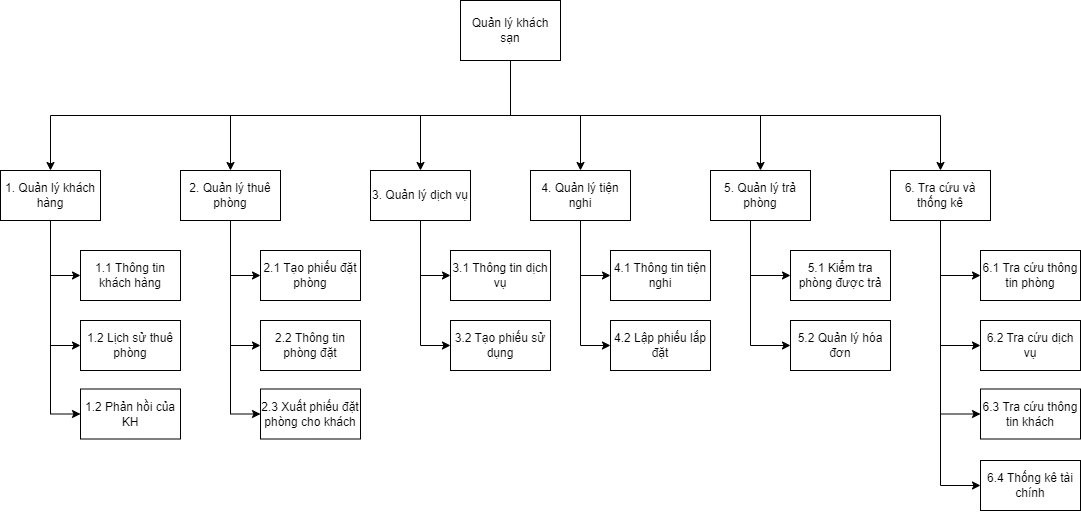
The draw.io diagram Biểu đồ không có tiêu đề.drawio.png in DatLe328/Phan-tich-thiet-ke-he-thong, before a commit. Source tidied: cells renumbered, new cells last; positions are measured from the earlier drawing's top-left corner, leaving out a move shared by most shapes.
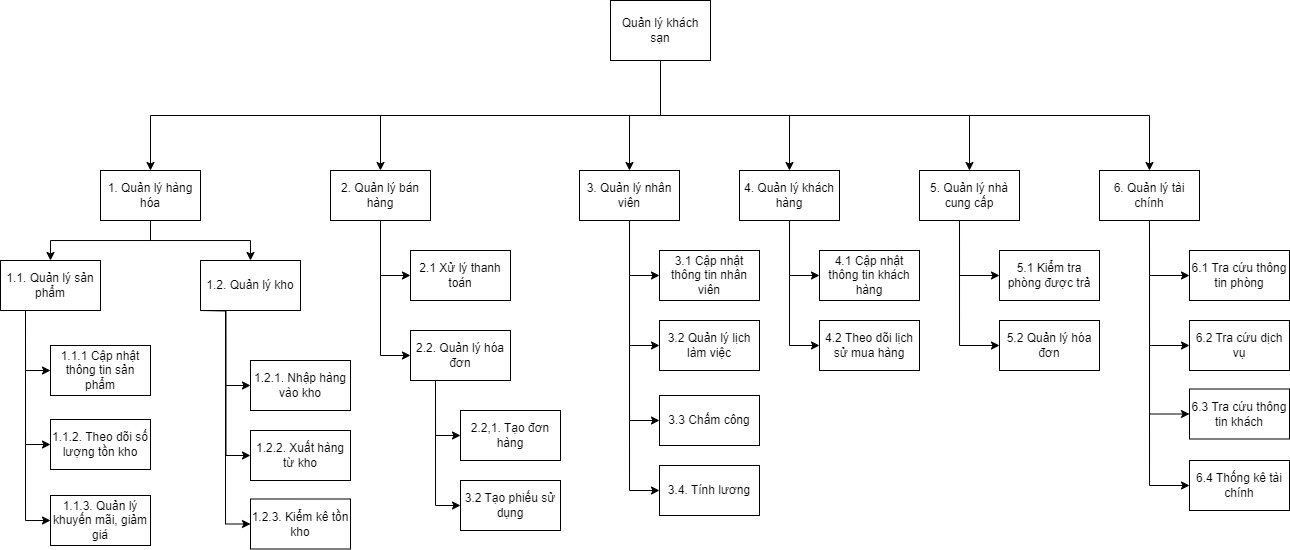
Later version of the same file.

Commit message:
Cập nhật Biểu đồ không có tiêu đề.drawio.png

Change to the diagram source:
```diff
@@ -21,50 +21,28 @@
       <mxGeometry relative="1" as="geometry" />
     </mxCell>
     <mxCell id="8" value="Quản lý khách sạn" style="html=1;dashed=0;whiteSpace=wrap;" parent="1" vertex="1">
-      <mxGeometry x="460" width="100" height="60" as="geometry" />
+      <mxGeometry x="401" width="100" height="60" as="geometry" />
     </mxCell>
-    <mxCell id="9" style="edgeStyle=orthogonalEdgeStyle;rounded=0;jettySize=auto;html=1;exitX=0.5;exitY=1;exitDx=0;exitDy=0;entryX=0;entryY=0.5;entryDx=0;entryDy=0;" parent="1" edge="1" source="12" target="13">
-      <mxGeometry relative="1" as="geometry">
-        <Array as="points">
-          <mxPoint x="50" y="275" />
-        </Array>
-      </mxGeometry>
-    </mxCell>
-    <mxCell id="10" style="edgeStyle=orthogonalEdgeStyle;rounded=0;jettySize=auto;html=1;entryX=0;entryY=0.5;entryDx=0;entryDy=0;" parent="1" edge="1" source="12" target="14">
-      <mxGeometry relative="1" as="geometry" />
-    </mxCell>
-    <mxCell id="11" style="edgeStyle=orthogonalEdgeStyle;rounded=0;jettySize=auto;html=1;exitX=0.5;exitY=1;exitDx=0;exitDy=0;entryX=0;entryY=0.5;entryDx=0;entryDy=0;" parent="1" edge="1" source="12" target="15">
-      <mxGeometry relative="1" as="geometry" />
-    </mxCell>
+    <mxCell id="47" style="edgeStyle=orthogonalEdgeStyle;rounded=0;jettySize=auto;html=1;exitX=0.5;exitY=1;exitDx=0;exitDy=0;entryX=0.5;entryY=0;entryDx=0;entryDy=0;" parent="1" edge="1" source="12" target="49">
+      <mxGeometry relative="1" as="geometry" />
+    </mxCell>
+    <mxCell id="48" style="edgeStyle=orthogonalEdgeStyle;rounded=0;jettySize=auto;html=1;exitX=0.5;exitY=1;exitDx=0;exitDy=0;entryX=0.5;entryY=0;entryDx=0;entryDy=0;" parent="1" edge="1" source="12" target="50">
+      <mxGeometry relative="1" as="geometry" />
+    </mxCell>
-    <mxCell id="12" value="1. Quản lý khách hàng" style="html=1;dashed=0;whiteSpace=wrap;" parent="1" vertex="1">
-      <mxGeometry y="170" width="100" height="50" as="geometry" />
+    <mxCell id="12" value="1. Quản lý hàng hóa" style="html=1;dashed=0;whiteSpace=wrap;" parent="1" vertex="1">
+      <mxGeometry x="-109" y="170" width="100" height="50" as="geometry" />
     </mxCell>
-    <mxCell id="13" value="1.1 Thông tin khách hàng" style="html=1;dashed=0;whiteSpace=wrap;" parent="1" vertex="1">
-      <mxGeometry x="80" y="250" width="100" height="50" as="geometry" />
-    </mxCell>
-    <mxCell id="14" value="1.2 Lịch sử thuê phòng" style="html=1;dashed=0;whiteSpace=wrap;" parent="1" vertex="1">
-      <mxGeometry x="80" y="320" width="100" height="50" as="geometry" />
-    </mxCell>
-    <mxCell id="15" value="1.2 Phản hồi của KH" style="html=1;dashed=0;whiteSpace=wrap;" parent="1" vertex="1">
-      <mxGeometry x="80" y="388.5" width="100" height="50" as="geometry" />
-    </mxCell>
-    <mxCell id="16" style="edgeStyle=orthogonalEdgeStyle;rounded=0;jettySize=auto;html=1;entryX=0;entryY=0.5;entryDx=0;entryDy=0;" parent="1" edge="1" source="19" target="20">
-      <mxGeometry relative="1" as="geometry" />
-    </mxCell>
     <mxCell id="17" style="edgeStyle=orthogonalEdgeStyle;rounded=0;jettySize=auto;html=1;exitX=0.5;exitY=1;exitDx=0;exitDy=0;entryX=0;entryY=0.5;entryDx=0;entryDy=0;" parent="1" edge="1" source="19" target="21">
       <mxGeometry relative="1" as="geometry" />
     </mxCell>
     <mxCell id="18" style="edgeStyle=orthogonalEdgeStyle;rounded=0;jettySize=auto;html=1;exitX=0.5;exitY=1;exitDx=0;exitDy=0;entryX=0;entryY=0.5;entryDx=0;entryDy=0;" parent="1" edge="1" source="19" target="32">
       <mxGeometry relative="1" as="geometry" />
     </mxCell>
-    <mxCell id="19" value="2. Quản lý thuê phòng" style="html=1;dashed=0;whiteSpace=wrap;" parent="1" vertex="1">
-      <mxGeometry x="180" y="170" width="100" height="50" as="geometry" />
+    <mxCell id="19" value="2. Quản lý bán hàng" style="html=1;dashed=0;whiteSpace=wrap;" parent="1" vertex="1">
+      <mxGeometry x="121" y="170" width="100" height="50" as="geometry" />
     </mxCell>
-    <mxCell id="20" value="2.1 Tạo phiếu đặt phòng" style="html=1;dashed=0;whiteSpace=wrap;" parent="1" vertex="1">
-      <mxGeometry x="260" y="250" width="100" height="50" as="geometry" />
-    </mxCell>
-    <mxCell id="21" value="2.2 Thông tin phòng đặt" style="html=1;dashed=0;whiteSpace=wrap;" parent="1" vertex="1">
-      <mxGeometry x="260" y="320" width="100" height="50" as="geometry" />
+    <mxCell id="21" value="2.1 Xử lý thanh toán" style="html=1;dashed=0;whiteSpace=wrap;" parent="1" vertex="1">
+      <mxGeometry x="201" y="250" width="100" height="50" as="geometry" />
     </mxCell>
     <mxCell id="22" style="edgeStyle=orthogonalEdgeStyle;rounded=0;jettySize=auto;html=1;entryX=0;entryY=0.5;entryDx=0;entryDy=0;" parent="1" edge="1" source="24" target="25">
       <mxGeometry relative="1" as="geometry" />
@@ -72,13 +50,13 @@
     <mxCell id="23" style="edgeStyle=orthogonalEdgeStyle;rounded=0;jettySize=auto;html=1;exitX=0.5;exitY=1;exitDx=0;exitDy=0;entryX=0;entryY=0.5;entryDx=0;entryDy=0;" parent="1" edge="1" source="24" target="26">
       <mxGeometry relative="1" as="geometry" />
     </mxCell>
-    <mxCell id="24" value="3. Quản lý dịch vụ" style="html=1;dashed=0;whiteSpace=wrap;" parent="1" vertex="1">
+    <mxCell id="24" value="3. Quản lý nhân viên" style="html=1;dashed=0;whiteSpace=wrap;" parent="1" vertex="1">
       <mxGeometry x="370" y="170" width="100" height="50" as="geometry" />
     </mxCell>
-    <mxCell id="25" value="3.1 Thông tin dịch vụ" style="html=1;dashed=0;whiteSpace=wrap;" parent="1" vertex="1">
+    <mxCell id="25" value="3.1 Cập nhật thông tin nhân viên" style="html=1;dashed=0;whiteSpace=wrap;" parent="1" vertex="1">
       <mxGeometry x="450" y="250" width="100" height="50" as="geometry" />
     </mxCell>
-    <mxCell id="26" value="3.2 Tạo phiếu sử dụng" style="html=1;dashed=0;whiteSpace=wrap;" parent="1" vertex="1">
+    <mxCell id="26" value="3.2 Quản lý lịch làm việc" style="html=1;dashed=0;whiteSpace=wrap;" parent="1" vertex="1">
       <mxGeometry x="450" y="320" width="100" height="50" as="geometry" />
     </mxCell>
     <mxCell id="27" style="edgeStyle=orthogonalEdgeStyle;rounded=0;jettySize=auto;html=1;exitX=0.5;exitY=1;exitDx=0;exitDy=0;entryX=0;entryY=0.5;entryDx=0;entryDy=0;" parent="1" edge="1" target="29">
@@ -103,11 +81,11 @@
     <mxCell id="30" value="5.2 Quản lý hóa đơn" style="html=1;dashed=0;whiteSpace=wrap;" parent="1" vertex="1">
       <mxGeometry x="790" y="320" width="100" height="50" as="geometry" />
     </mxCell>
-    <mxCell id="31" value="5. Quản lý trả phòng" style="html=1;dashed=0;whiteSpace=wrap;" parent="1" vertex="1">
+    <mxCell id="31" value="5. Quản lý nhà cung cấp" style="html=1;dashed=0;whiteSpace=wrap;" parent="1" vertex="1">
       <mxGeometry x="710" y="170" width="100" height="50" as="geometry" />
     </mxCell>
-    <mxCell id="32" value="2.3 Xuất phiếu đặt phòng cho khách" style="html=1;dashed=0;whiteSpace=wrap;" parent="1" vertex="1">
-      <mxGeometry x="260" y="388.5" width="100" height="50" as="geometry" />
+    <mxCell id="32" value="2.2. Quản lý hóa đơn" style="html=1;dashed=0;whiteSpace=wrap;" parent="1" vertex="1">
+      <mxGeometry x="201" y="330" width="100" height="50" as="geometry" />
     </mxCell>
     <mxCell id="33" style="edgeStyle=orthogonalEdgeStyle;rounded=0;jettySize=auto;html=1;exitX=0.5;exitY=1;exitDx=0;exitDy=0;entryX=0;entryY=0.5;entryDx=0;entryDy=0;" parent="1" edge="1" source="35" target="36">
       <mxGeometry relative="1" as="geometry">
@@ -119,13 +97,13 @@
     <mxCell id="34" style="edgeStyle=orthogonalEdgeStyle;rounded=0;jettySize=auto;html=1;entryX=0;entryY=0.5;entryDx=0;entryDy=0;" parent="1" edge="1" source="35" target="37">
       <mxGeometry relative="1" as="geometry" />
     </mxCell>
-    <mxCell id="35" value="4. Quản lý tiện nghi" style="html=1;dashed=0;whiteSpace=wrap;" parent="1" vertex="1">
+    <mxCell id="35" value="4. Quản lý khách hàng" style="html=1;dashed=0;whiteSpace=wrap;" parent="1" vertex="1">
       <mxGeometry x="530" y="170" width="100" height="50" as="geometry" />
     </mxCell>
-    <mxCell id="36" value="4.1 Thông tin tiện nghi" style="html=1;dashed=0;whiteSpace=wrap;" parent="1" vertex="1">
+    <mxCell id="36" value="4.1 Cập nhật thông tin khách hàng" style="html=1;dashed=0;whiteSpace=wrap;" parent="1" vertex="1">
       <mxGeometry x="610" y="250" width="100" height="50" as="geometry" />
     </mxCell>
-    <mxCell id="37" value="4.2 Lập phiếu lắp đặt" style="html=1;dashed=0;whiteSpace=wrap;" parent="1" vertex="1">
+    <mxCell id="37" value="4.2 Theo dõi lịch sử mua hàng" style="html=1;dashed=0;whiteSpace=wrap;" parent="1" vertex="1">
       <mxGeometry x="610" y="320" width="100" height="50" as="geometry" />
     </mxCell>
     <mxCell id="38" style="edgeStyle=orthogonalEdgeStyle;rounded=0;jettySize=auto;html=1;exitX=0.5;exitY=1;exitDx=0;exitDy=0;entryX=0;entryY=0.5;entryDx=0;entryDy=0;" parent="1" edge="1" target="41">
@@ -164,11 +142,79 @@
     <mxCell id="44" style="edgeStyle=orthogonalEdgeStyle;rounded=0;jettySize=auto;html=1;exitX=0.5;exitY=1;exitDx=0;exitDy=0;entryX=0;entryY=0.5;entryDx=0;entryDy=0;" parent="1" edge="1" source="45" target="46">
       <mxGeometry relative="1" as="geometry" />
     </mxCell>
-    <mxCell id="45" value="6. Tra cứu và thống kê" style="html=1;dashed=0;whiteSpace=wrap;" parent="1" vertex="1">
+    <mxCell id="45" value="6. Quản lý tài chính" style="html=1;dashed=0;whiteSpace=wrap;" parent="1" vertex="1">
       <mxGeometry x="890" y="170" width="100" height="50" as="geometry" />
     </mxCell>
     <mxCell id="46" value="6.4 Thống kê tài chính" style="html=1;dashed=0;whiteSpace=wrap;" parent="1" vertex="1">
       <mxGeometry x="980" y="460" width="100" height="50" as="geometry" />
     </mxCell>
+    <mxCell id="49" value="1.1. Quản lý sản phẩm" style="html=1;dashed=0;whiteSpace=wrap;" parent="1" vertex="1">
+      <mxGeometry x="-209" y="260" width="100" height="50" as="geometry" />
+    </mxCell>
+    <mxCell id="50" value="1.2. Quản lý kho" style="html=1;dashed=0;whiteSpace=wrap;" parent="1" vertex="1">
+      <mxGeometry x="-9" y="260" width="100" height="50" as="geometry" />
+    </mxCell>
+    <mxCell id="51" style="edgeStyle=orthogonalEdgeStyle;rounded=0;jettySize=auto;html=1;exitX=0.25;exitY=1;exitDx=0;exitDy=0;entryX=0;entryY=0.5;entryDx=0;entryDy=0;" parent="1" edge="1" source="49" target="52">
+      <mxGeometry relative="1" as="geometry" />
+    </mxCell>
+    <mxCell id="52" value="1.1.1 Cập nhật thông tin sản phẩm" style="html=1;dashed=0;whiteSpace=wrap;" parent="1" vertex="1">
+      <mxGeometry x="-159" y="345" width="100" height="50" as="geometry" />
+    </mxCell>
+    <mxCell id="53" style="edgeStyle=orthogonalEdgeStyle;rounded=0;jettySize=auto;html=1;entryX=0;entryY=0.5;entryDx=0;entryDy=0;exitX=0.25;exitY=1;exitDx=0;exitDy=0;" parent="1" edge="1" source="50" target="56">
+      <mxGeometry relative="1" as="geometry" />
+    </mxCell>
+    <mxCell id="54" style="edgeStyle=orthogonalEdgeStyle;rounded=0;jettySize=auto;html=1;exitX=0.25;exitY=1;exitDx=0;exitDy=0;entryX=0;entryY=0.5;entryDx=0;entryDy=0;" parent="1" edge="1" target="57">
+      <mxGeometry relative="1" as="geometry">
+        <mxPoint x="-9" y="310" as="sourcePoint" />
+      </mxGeometry>
+    </mxCell>
+    <mxCell id="55" style="edgeStyle=orthogonalEdgeStyle;rounded=0;jettySize=auto;html=1;entryX=0;entryY=0.5;entryDx=0;entryDy=0;exitX=0.25;exitY=1;exitDx=0;exitDy=0;" parent="1" edge="1" source="50" target="58">
+      <mxGeometry relative="1" as="geometry" />
+    </mxCell>
+    <mxCell id="56" value="1.2.1. Nhập hàng vào kho" style="html=1;dashed=0;whiteSpace=wrap;" parent="1" vertex="1">
+      <mxGeometry x="41" y="360" width="100" height="50" as="geometry" />
+    </mxCell>
+    <mxCell id="57" value="1.2.2. Xuất hàng từ kho" style="html=1;dashed=0;whiteSpace=wrap;" parent="1" vertex="1">
+      <mxGeometry x="41" y="430" width="100" height="50" as="geometry" />
+    </mxCell>
+    <mxCell id="58" value="1.2.3. Kiểm kê tồn kho" style="html=1;dashed=0;whiteSpace=wrap;" parent="1" vertex="1">
+      <mxGeometry x="41" y="498.5" width="100" height="50" as="geometry" />
+    </mxCell>
+    <mxCell id="59" style="edgeStyle=orthogonalEdgeStyle;rounded=0;jettySize=auto;html=1;entryX=0;entryY=0.5;entryDx=0;entryDy=0;exitX=0.25;exitY=1;exitDx=0;exitDy=0;" parent="1" edge="1" source="32" target="61">
+      <mxGeometry relative="1" as="geometry" />
+    </mxCell>
+    <mxCell id="60" style="edgeStyle=orthogonalEdgeStyle;rounded=0;jettySize=auto;html=1;exitX=0.25;exitY=1;exitDx=0;exitDy=0;entryX=0;entryY=0.5;entryDx=0;entryDy=0;" parent="1" edge="1" source="32" target="62">
+      <mxGeometry relative="1" as="geometry" />
+    </mxCell>
+    <mxCell id="61" value="2.2,1. Tạo đơn hàng" style="html=1;dashed=0;whiteSpace=wrap;" parent="1" vertex="1">
+      <mxGeometry x="251" y="410" width="100" height="50" as="geometry" />
+    </mxCell>
+    <mxCell id="62" value="3.2 Tạo phiếu sử dụng" style="html=1;dashed=0;whiteSpace=wrap;" parent="1" vertex="1">
+      <mxGeometry x="251" y="480" width="100" height="50" as="geometry" />
+    </mxCell>
+    <mxCell id="63" style="edgeStyle=orthogonalEdgeStyle;rounded=0;jettySize=auto;html=1;entryX=0;entryY=0.5;entryDx=0;entryDy=0;exitX=0.5;exitY=1;exitDx=0;exitDy=0;" parent="1" edge="1" source="24" target="65">
+      <mxGeometry relative="1" as="geometry" />
+    </mxCell>
+    <mxCell id="64" style="edgeStyle=orthogonalEdgeStyle;rounded=0;jettySize=auto;html=1;exitX=0.5;exitY=1;exitDx=0;exitDy=0;entryX=0;entryY=0.5;entryDx=0;entryDy=0;" parent="1" edge="1" source="24" target="66">
+      <mxGeometry relative="1" as="geometry" />
+    </mxCell>
+    <mxCell id="65" value="3.3 Chấm công" style="html=1;dashed=0;whiteSpace=wrap;" parent="1" vertex="1">
+      <mxGeometry x="450" y="395" width="100" height="50" as="geometry" />
+    </mxCell>
+    <mxCell id="66" value="3.4. Tính lương" style="html=1;dashed=0;whiteSpace=wrap;" parent="1" vertex="1">
+      <mxGeometry x="450" y="465" width="100" height="50" as="geometry" />
+    </mxCell>
+    <mxCell id="67" style="edgeStyle=orthogonalEdgeStyle;rounded=0;jettySize=auto;html=1;exitX=0.25;exitY=1;exitDx=0;exitDy=0;entryX=0;entryY=0.5;entryDx=0;entryDy=0;" parent="1" edge="1" source="49" target="68">
+      <mxGeometry relative="1" as="geometry" />
+    </mxCell>
+    <mxCell id="68" value="1.1.2. Theo dõi số lượng tồn kho" style="html=1;dashed=0;whiteSpace=wrap;" parent="1" vertex="1">
+      <mxGeometry x="-159" y="419" width="100" height="50" as="geometry" />
+    </mxCell>
+    <mxCell id="69" style="edgeStyle=orthogonalEdgeStyle;rounded=0;jettySize=auto;html=1;exitX=0.25;exitY=1;exitDx=0;exitDy=0;entryX=0;entryY=0.5;entryDx=0;entryDy=0;" parent="1" edge="1" source="49" target="70">
+      <mxGeometry relative="1" as="geometry" />
+    </mxCell>
+    <mxCell id="70" value="1.1.3. Quản lý khuyến mãi, giảm giá" style="html=1;dashed=0;whiteSpace=wrap;" parent="1" vertex="1">
+      <mxGeometry x="-159" y="495" width="100" height="50" as="geometry" />
+    </mxCell>
   </root>
 </mxGraphModel>
```
